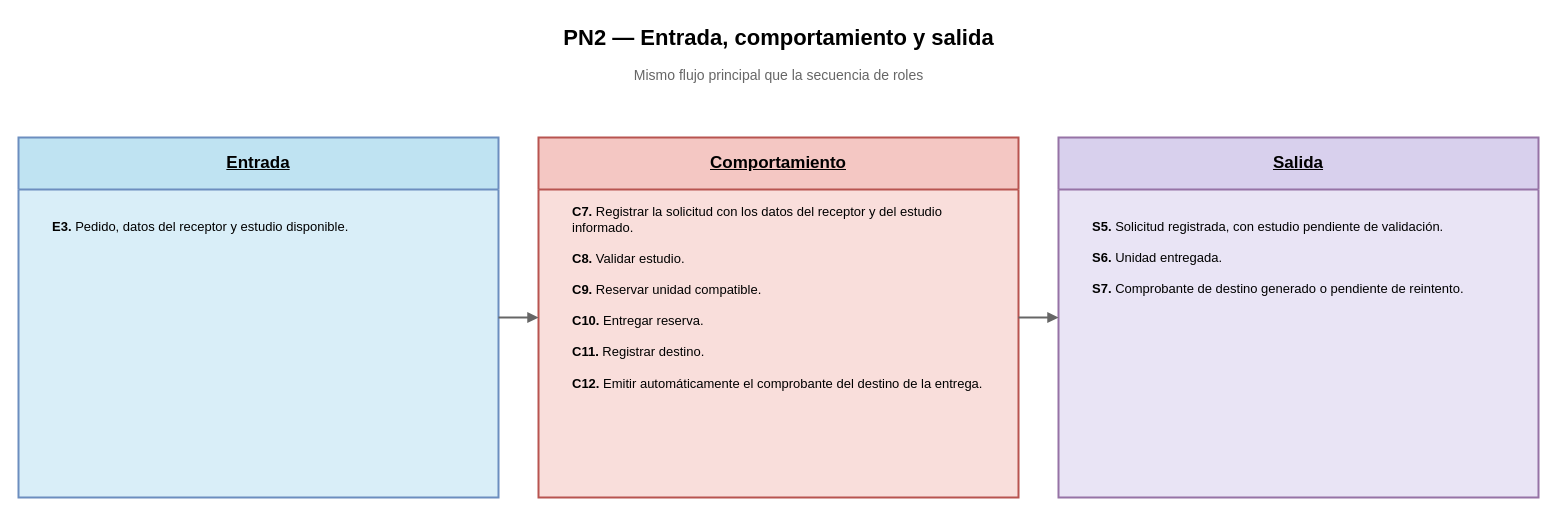
The draw.io diagram Diagramas/Secuencia de Roles/PN2_DiagramaEntradaComportamientoSalida.drawio in juanNH/Ingenieria-de-Software, before the edit. Source tidied: cells renumbered, new cells numbered last; positions are measured from the earlier drawing's top-left corner, leaving out a move shared by most shapes. Both pictures are drawn from the tidied source at 100%, with x=0, y=0 at pixel (18, 17).
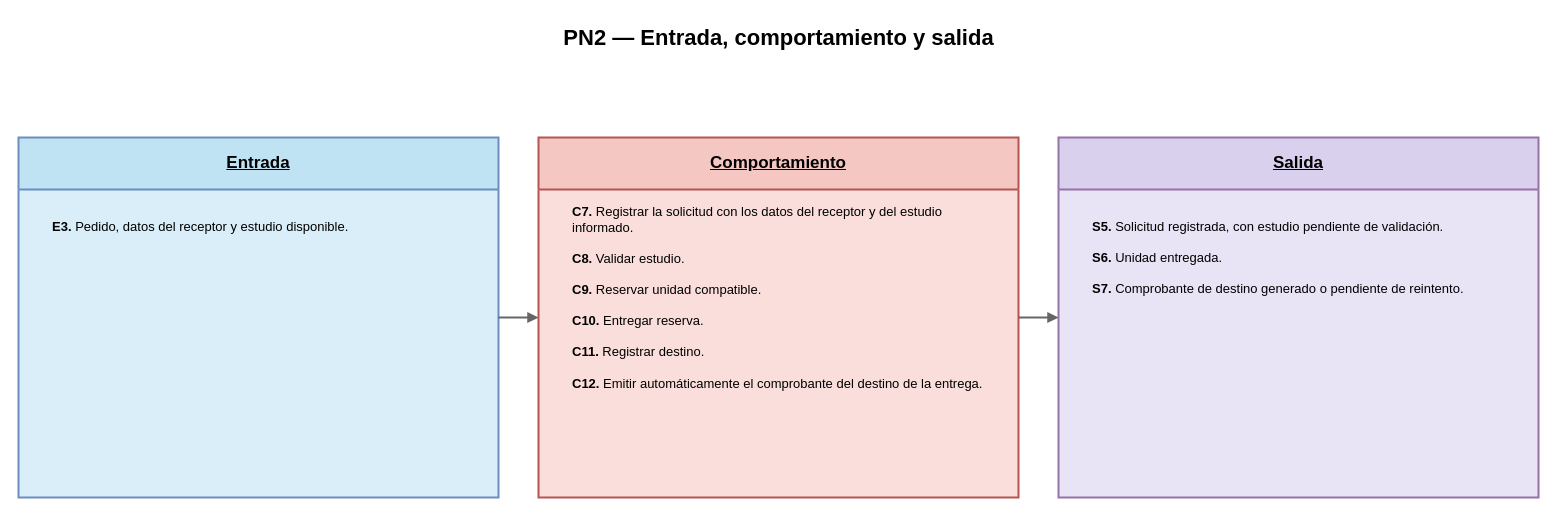
After the change.

Diff of the diagram source:
```diff
@@
 <mxGraphModel>
   <root>
     <mxCell id="0" />
     <mxCell id="1" parent="0" />
     <mxCell id="2" value="PN2 — Entrada, comportamiento y salida" style="text;html=1;strokeColor=none;fillColor=none;fontStyle=1;fontSize=22;align=center;verticalAlign=middle;fontFamily=Arial;" parent="1" vertex="1">
       <mxGeometry x="190" width="1140" height="42" as="geometry" />
     </mxCell>
-    <mxCell id="3" value="Mismo flujo principal que la secuencia de roles" style="text;html=1;strokeColor=none;fillColor=none;fontSize=14;align=center;verticalAlign=middle;fontColor=#666666;fontFamily=Arial;" parent="1" vertex="1">
-      <mxGeometry x="130" y="44" width="1260" height="28" as="geometry" />
-    </mxCell>
     <mxCell id="4" value="&lt;b&gt;&lt;u&gt;Entrada&lt;/u&gt;&lt;/b&gt;" style="swimlane;horizontal=1;startSize=52;whiteSpace=wrap;html=1;rounded=0;fillColor=#bfe3f2;swimlaneFillColor=#d9eef8;strokeColor=#6c8ebf;strokeWidth=2;fontSize=17;fontFamily=Arial;align=center;verticalAlign=middle;" parent="1" vertex="1">
       <mxGeometry y="120" width="480" height="360" as="geometry" />
     </mxCell>
     <mxCell id="5" value="&lt;b&gt;&lt;u&gt;Comportamiento&lt;/u&gt;&lt;/b&gt;" style="swimlane;horizontal=1;startSize=52;whiteSpace=wrap;html=1;rounded=0;fillColor=#f4c7c3;swimlaneFillColor=#f9dedb;strokeColor=#b85450;strokeWidth=2;fontSize=17;fontFamily=Arial;align=center;verticalAlign=middle;" parent="1" vertex="1">
       <mxGeometry x="520" y="120" width="480" height="360" as="geometry" />
     </mxCell>
     <mxCell id="6" value="&lt;b&gt;&lt;u&gt;Salida&lt;/u&gt;&lt;/b&gt;" style="swimlane;horizontal=1;startSize=52;whiteSpace=wrap;html=1;rounded=0;fillColor=#d8d0ed;swimlaneFillColor=#e9e4f5;strokeColor=#9673a6;strokeWidth=2;fontSize=17;fontFamily=Arial;align=center;verticalAlign=middle;" parent="1" vertex="1">
       <mxGeometry x="1040" y="120" width="480" height="360" as="geometry" />
     </mxCell>
     <mxCell id="7" value="&lt;b&gt;E3.&lt;/b&gt; Pedido, datos del receptor y estudio disponible." style="text;html=1;strokeColor=none;fillColor=none;whiteSpace=wrap;fontSize=13;fontFamily=Arial;align=left;verticalAlign=top;spacingLeft=12;spacingRight=12;spacingTop=10;" parent="1" vertex="1">
       <mxGeometry x="20" y="185" width="440" height="110" as="geometry" />
     </mxCell>
     <mxCell id="8" value="&lt;b&gt;C7.&lt;/b&gt; Registrar la solicitud con los datos del receptor y del estudio informado.&lt;br&gt;&lt;br&gt;&lt;b&gt;C8.&lt;/b&gt; Validar estudio.&lt;br&gt;&lt;br&gt;&lt;b&gt;C9.&lt;/b&gt; Reservar unidad compatible.&lt;br&gt;&lt;br&gt;&lt;b&gt;C10.&lt;/b&gt; Entregar reserva.&lt;br&gt;&lt;br&gt;&lt;b&gt;C11.&lt;/b&gt; Registrar destino.&lt;br&gt;&lt;br&gt;&lt;b&gt;C12.&lt;/b&gt; Emitir automáticamente el comprobante del destino de la entrega." style="text;html=1;strokeColor=none;fillColor=none;whiteSpace=wrap;fontSize=13;fontFamily=Arial;align=left;verticalAlign=top;spacingLeft=12;spacingRight=12;spacingTop=10;" parent="1" vertex="1">
       <mxGeometry x="540" y="170" width="440" height="300" as="geometry" />
     </mxCell>
     <mxCell id="9" value="&lt;b&gt;S5.&lt;/b&gt; Solicitud registrada, con estudio pendiente de validación.&lt;br&gt;&lt;br&gt;&lt;b&gt;S6.&lt;/b&gt; Unidad entregada.&lt;br&gt;&lt;br&gt;&lt;b&gt;S7.&lt;/b&gt; Comprobante de destino generado o pendiente de reintento." style="text;html=1;strokeColor=none;fillColor=none;whiteSpace=wrap;fontSize=13;fontFamily=Arial;align=left;verticalAlign=top;spacingLeft=12;spacingRight=12;spacingTop=10;" parent="1" vertex="1">
       <mxGeometry x="1060" y="185" width="440" height="175" as="geometry" />
     </mxCell>
     <mxCell id="10" style="edgeStyle=orthogonalEdgeStyle;rounded=0;html=1;endArrow=block;endFill=1;strokeColor=#666666;strokeWidth=2;" parent="1" edge="1">
       <mxGeometry relative="1" as="geometry">
         <mxPoint x="480" y="300" as="sourcePoint" />
         <mxPoint x="520" y="300" as="targetPoint" />
       </mxGeometry>
     </mxCell>
     <mxCell id="11" style="edgeStyle=orthogonalEdgeStyle;rounded=0;html=1;endArrow=block;endFill=1;strokeColor=#666666;strokeWidth=2;" parent="1" edge="1">
       <mxGeometry relative="1" as="geometry">
         <mxPoint x="1000" y="300" as="sourcePoint" />
         <mxPoint x="1040" y="300" as="targetPoint" />
       </mxGeometry>
     </mxCell>
   </root>
 </mxGraphModel>
```
